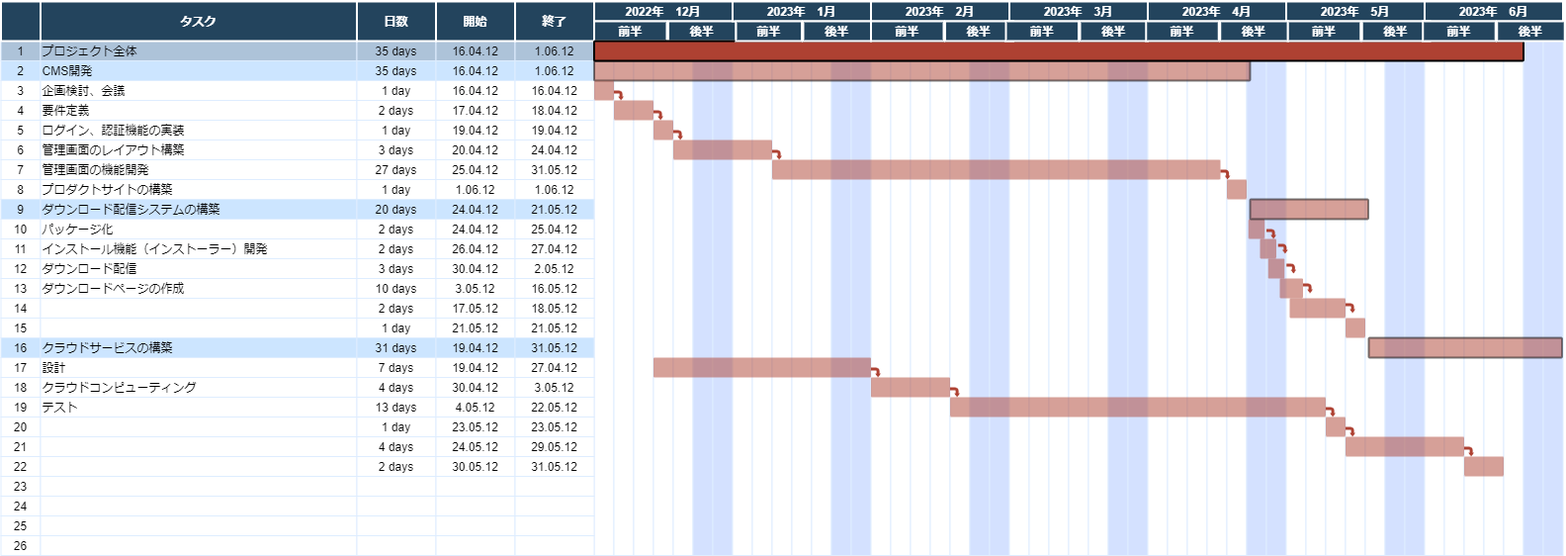
This is スケジュール.drawio.png from buyodo/webgis-doc, a draw.io export, as it was before one commit. Source tidied: cells renumbered, new cells last; positions are measured from the earlier drawing's top-left corner, leaving out a move shared by most shapes.
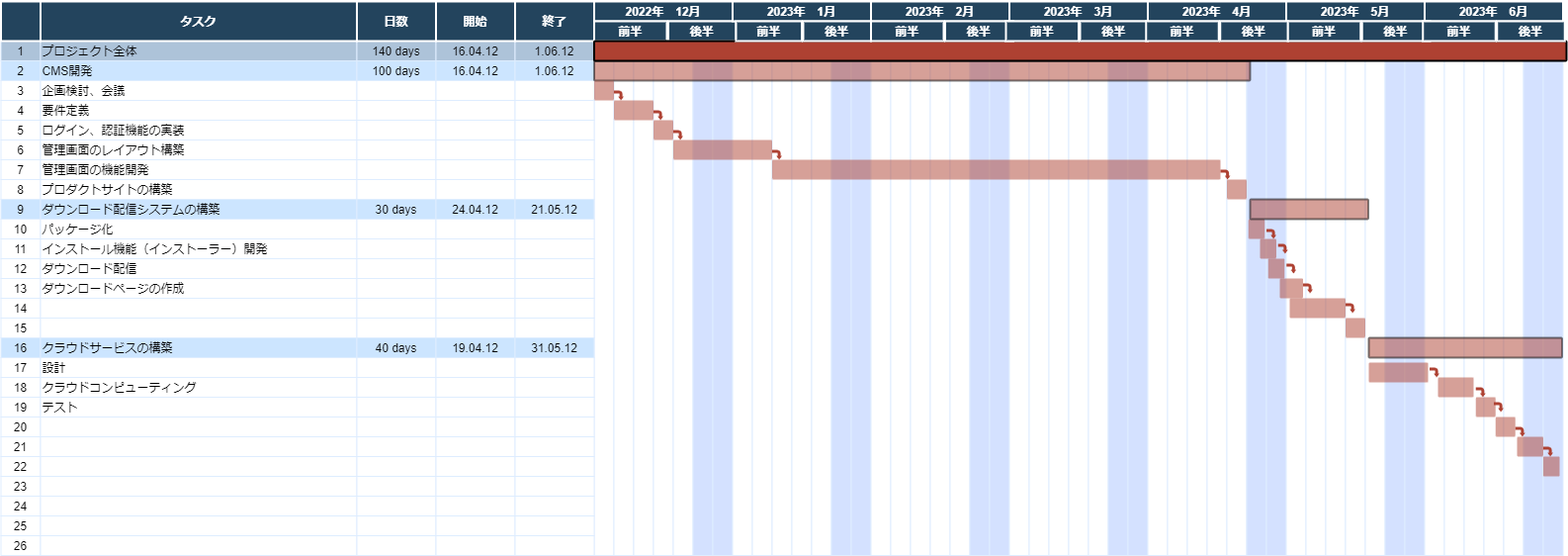
Above is the later version.

Commit message:
スケジュール.drawio.png を更新します

Diff of the diagram source:
```diff
@@ -10,3 +10,3 @@
     </mxCell>
-    <mxCell id="4" value="35 days" style="strokeColor=#DEEDFF;fillColor=#ADC3D9;" parent="1" vertex="1">
+    <mxCell id="4" value="140 days" style="strokeColor=#DEEDFF;fillColor=#ADC3D9;" parent="1" vertex="1">
       <mxGeometry x="360.5" y="40" width="80" height="20" as="geometry" />
@@ -28,3 +28,3 @@
     </mxCell>
-    <mxCell id="10" value="35 days" style="strokeColor=#DEEDFF;fillColor=#CCE5FF;" parent="1" vertex="1">
+    <mxCell id="10" value="100 days" style="strokeColor=#DEEDFF;fillColor=#CCE5FF;" parent="1" vertex="1">
       <mxGeometry x="360.5" y="60" width="80" height="20" as="geometry" />
@@ -43,9 +43,9 @@
     </mxCell>
-    <mxCell id="15" value="1 day" style="strokeColor=#DEEDFF;" parent="1" vertex="1">
+    <mxCell id="15" style="strokeColor=#DEEDFF;" parent="1" vertex="1">
       <mxGeometry x="360.5" y="80" width="80" height="20" as="geometry" />
     </mxCell>
-    <mxCell id="16" value="16.04.12" style="strokeColor=#DEEDFF;" parent="1" vertex="1">
+    <mxCell id="16" style="strokeColor=#DEEDFF;" parent="1" vertex="1">
       <mxGeometry x="440.5" y="80" width="80" height="20" as="geometry" />
     </mxCell>
-    <mxCell id="17" value="16.04.12" style="strokeColor=#DEEDFF;" parent="1" vertex="1">
+    <mxCell id="17" style="strokeColor=#DEEDFF;" parent="1" vertex="1">
       <mxGeometry x="520.5" y="80" width="80" height="20" as="geometry" />
@@ -58,9 +58,9 @@
     </mxCell>
-    <mxCell id="20" value="2 days" style="strokeColor=#DEEDFF;" parent="1" vertex="1">
+    <mxCell id="20" style="strokeColor=#DEEDFF;" parent="1" vertex="1">
       <mxGeometry x="360.5" y="100" width="80" height="20" as="geometry" />
     </mxCell>
-    <mxCell id="21" value="17.04.12" style="strokeColor=#DEEDFF;" parent="1" vertex="1">
+    <mxCell id="21" style="strokeColor=#DEEDFF;" parent="1" vertex="1">
       <mxGeometry x="440.5" y="100" width="80" height="20" as="geometry" />
     </mxCell>
-    <mxCell id="22" value="18.04.12" style="strokeColor=#DEEDFF;" parent="1" vertex="1">
+    <mxCell id="22" style="strokeColor=#DEEDFF;" parent="1" vertex="1">
       <mxGeometry x="520.5" y="100" width="80" height="20" as="geometry" />
@@ -73,9 +73,9 @@
     </mxCell>
-    <mxCell id="25" value="1 day" style="strokeColor=#DEEDFF;" parent="1" vertex="1">
+    <mxCell id="25" style="strokeColor=#DEEDFF;" parent="1" vertex="1">
       <mxGeometry x="360.5" y="120" width="80" height="20" as="geometry" />
     </mxCell>
-    <mxCell id="26" value="19.04.12" style="strokeColor=#DEEDFF;" parent="1" vertex="1">
+    <mxCell id="26" style="strokeColor=#DEEDFF;" parent="1" vertex="1">
       <mxGeometry x="440.5" y="120" width="80" height="20" as="geometry" />
     </mxCell>
-    <mxCell id="27" value="19.04.12" style="strokeColor=#DEEDFF;" parent="1" vertex="1">
+    <mxCell id="27" style="strokeColor=#DEEDFF;" parent="1" vertex="1">
       <mxGeometry x="520.5" y="120" width="80" height="20" as="geometry" />
@@ -88,9 +88,9 @@
     </mxCell>
-    <mxCell id="30" value="3 days" style="strokeColor=#DEEDFF;" parent="1" vertex="1">
+    <mxCell id="30" style="strokeColor=#DEEDFF;" parent="1" vertex="1">
       <mxGeometry x="360.5" y="140" width="80" height="20" as="geometry" />
     </mxCell>
-    <mxCell id="31" value="20.04.12" style="strokeColor=#DEEDFF;" parent="1" vertex="1">
+    <mxCell id="31" style="strokeColor=#DEEDFF;" parent="1" vertex="1">
       <mxGeometry x="440.5" y="140" width="80" height="20" as="geometry" />
     </mxCell>
-    <mxCell id="32" value="24.04.12" style="strokeColor=#DEEDFF;" parent="1" vertex="1">
+    <mxCell id="32" style="strokeColor=#DEEDFF;" parent="1" vertex="1">
       <mxGeometry x="520.5" y="140" width="80" height="20" as="geometry" />
@@ -103,9 +103,9 @@
     </mxCell>
-    <mxCell id="35" value="27 days" style="strokeColor=#DEEDFF;" parent="1" vertex="1">
+    <mxCell id="35" style="strokeColor=#DEEDFF;" parent="1" vertex="1">
       <mxGeometry x="360.5" y="160" width="80" height="20" as="geometry" />
     </mxCell>
-    <mxCell id="36" value="25.04.12" style="strokeColor=#DEEDFF;" parent="1" vertex="1">
+    <mxCell id="36" style="strokeColor=#DEEDFF;" parent="1" vertex="1">
       <mxGeometry x="440.5" y="160" width="80" height="20" as="geometry" />
     </mxCell>
-    <mxCell id="37" value="31.05.12" style="strokeColor=#DEEDFF;" parent="1" vertex="1">
+    <mxCell id="37" style="strokeColor=#DEEDFF;" parent="1" vertex="1">
       <mxGeometry x="520.5" y="160" width="80" height="20" as="geometry" />
@@ -118,9 +118,9 @@
     </mxCell>
-    <mxCell id="40" value="1 day" style="strokeColor=#DEEDFF;" parent="1" vertex="1">
+    <mxCell id="40" style="strokeColor=#DEEDFF;" parent="1" vertex="1">
       <mxGeometry x="360.5" y="180" width="80" height="20" as="geometry" />
     </mxCell>
-    <mxCell id="41" value="1.06.12" style="strokeColor=#DEEDFF;" parent="1" vertex="1">
+    <mxCell id="41" style="strokeColor=#DEEDFF;" parent="1" vertex="1">
       <mxGeometry x="440.5" y="180" width="80" height="20" as="geometry" />
     </mxCell>
-    <mxCell id="42" value="1.06.12" style="strokeColor=#DEEDFF;" parent="1" vertex="1">
+    <mxCell id="42" style="strokeColor=#DEEDFF;" parent="1" vertex="1">
       <mxGeometry x="520.5" y="180" width="80" height="20" as="geometry" />
@@ -133,3 +133,3 @@
     </mxCell>
-    <mxCell id="45" value="20 days" style="strokeColor=#DEEDFF;fillColor=#CCE5FF;" parent="1" vertex="1">
+    <mxCell id="45" value="30 days" style="strokeColor=#DEEDFF;fillColor=#CCE5FF;" parent="1" vertex="1">
       <mxGeometry x="360.5" y="200" width="80" height="20" as="geometry" />
@@ -148,9 +148,9 @@
     </mxCell>
-    <mxCell id="50" value="2 days" style="strokeColor=#DEEDFF;" parent="1" vertex="1">
+    <mxCell id="50" style="strokeColor=#DEEDFF;" parent="1" vertex="1">
       <mxGeometry x="360.5" y="220" width="80" height="20" as="geometry" />
     </mxCell>
-    <mxCell id="51" value="24.04.12" style="strokeColor=#DEEDFF;" parent="1" vertex="1">
+    <mxCell id="51" style="strokeColor=#DEEDFF;" parent="1" vertex="1">
       <mxGeometry x="440.5" y="220" width="80" height="20" as="geometry" />
     </mxCell>
-    <mxCell id="52" value="25.04.12" style="strokeColor=#DEEDFF;" parent="1" vertex="1">
+    <mxCell id="52" style="strokeColor=#DEEDFF;" parent="1" vertex="1">
       <mxGeometry x="520.5" y="220" width="80" height="20" as="geometry" />
@@ -163,9 +163,9 @@
     </mxCell>
-    <mxCell id="55" value="2 days" style="strokeColor=#DEEDFF;" parent="1" vertex="1">
+    <mxCell id="55" style="strokeColor=#DEEDFF;" parent="1" vertex="1">
       <mxGeometry x="360.5" y="240" width="80" height="20" as="geometry" />
     </mxCell>
-    <mxCell id="56" value="26.04.12" style="strokeColor=#DEEDFF;" parent="1" vertex="1">
+    <mxCell id="56" style="strokeColor=#DEEDFF;" parent="1" vertex="1">
       <mxGeometry x="440.5" y="240" width="80" height="20" as="geometry" />
     </mxCell>
-    <mxCell id="57" value="27.04.12" style="strokeColor=#DEEDFF;" parent="1" vertex="1">
+    <mxCell id="57" style="strokeColor=#DEEDFF;" parent="1" vertex="1">
       <mxGeometry x="520.5" y="240" width="80" height="20" as="geometry" />
@@ -178,9 +178,9 @@
     </mxCell>
-    <mxCell id="60" value="3 days" style="strokeColor=#DEEDFF;" parent="1" vertex="1">
+    <mxCell id="60" style="strokeColor=#DEEDFF;" parent="1" vertex="1">
       <mxGeometry x="360.5" y="260" width="80" height="20" as="geometry" />
     </mxCell>
-    <mxCell id="61" value="30.04.12" style="strokeColor=#DEEDFF;" parent="1" vertex="1">
+    <mxCell id="61" style="strokeColor=#DEEDFF;" parent="1" vertex="1">
       <mxGeometry x="440.5" y="260" width="80" height="20" as="geometry" />
     </mxCell>
-    <mxCell id="62" value="2.05.12" style="strokeColor=#DEEDFF;" parent="1" vertex="1">
+    <mxCell id="62" style="strokeColor=#DEEDFF;" parent="1" vertex="1">
       <mxGeometry x="520.5" y="260" width="80" height="20" as="geometry" />
@@ -193,9 +193,9 @@
     </mxCell>
-    <mxCell id="65" value="10 days" style="strokeColor=#DEEDFF;" parent="1" vertex="1">
+    <mxCell id="65" style="strokeColor=#DEEDFF;" parent="1" vertex="1">
       <mxGeometry x="360.5" y="280" width="80" height="20" as="geometry" />
     </mxCell>
-    <mxCell id="66" value="3.05.12" style="strokeColor=#DEEDFF;" parent="1" vertex="1">
+    <mxCell id="66" style="strokeColor=#DEEDFF;" parent="1" vertex="1">
       <mxGeometry x="440.5" y="280" width="80" height="20" as="geometry" />
     </mxCell>
-    <mxCell id="67" value="16.05.12" style="strokeColor=#DEEDFF;" parent="1" vertex="1">
+    <mxCell id="67" style="strokeColor=#DEEDFF;" parent="1" vertex="1">
       <mxGeometry x="520.5" y="280" width="80" height="20" as="geometry" />
@@ -208,9 +208,9 @@
     </mxCell>
-    <mxCell id="70" value="2 days" style="strokeColor=#DEEDFF;" parent="1" vertex="1">
+    <mxCell id="70" style="strokeColor=#DEEDFF;" parent="1" vertex="1">
       <mxGeometry x="360.5" y="300" width="80" height="20" as="geometry" />
     </mxCell>
-    <mxCell id="71" value="17.05.12" style="strokeColor=#DEEDFF;" parent="1" vertex="1">
+    <mxCell id="71" style="strokeColor=#DEEDFF;" parent="1" vertex="1">
       <mxGeometry x="440.5" y="300" width="80" height="20" as="geometry" />
     </mxCell>
-    <mxCell id="72" value="18.05.12" style="strokeColor=#DEEDFF;" parent="1" vertex="1">
+    <mxCell id="72" style="strokeColor=#DEEDFF;" parent="1" vertex="1">
       <mxGeometry x="520.5" y="300" width="80" height="20" as="geometry" />
@@ -223,9 +223,9 @@
     </mxCell>
-    <mxCell id="75" value="1 day" style="strokeColor=#DEEDFF;fillColor=#FFFFFF;" parent="1" vertex="1">
+    <mxCell id="75" style="strokeColor=#DEEDFF;fillColor=#FFFFFF;" parent="1" vertex="1">
       <mxGeometry x="360.5" y="320" width="80" height="20" as="geometry" />
     </mxCell>
-    <mxCell id="76" value="21.05.12" style="strokeColor=#DEEDFF;fillColor=#FFFFFF;" parent="1" vertex="1">
+    <mxCell id="76" style="strokeColor=#DEEDFF;fillColor=#FFFFFF;" parent="1" vertex="1">
       <mxGeometry x="440.5" y="320" width="80" height="20" as="geometry" />
     </mxCell>
-    <mxCell id="77" value="21.05.12" style="strokeColor=#DEEDFF;fillColor=#FFFFFF;" parent="1" vertex="1">
+    <mxCell id="77" style="strokeColor=#DEEDFF;fillColor=#FFFFFF;" parent="1" vertex="1">
       <mxGeometry x="520.5" y="320" width="80" height="20" as="geometry" />
@@ -238,3 +238,3 @@
     </mxCell>
-    <mxCell id="80" value="31 days" style="strokeColor=#DEEDFF;fillColor=#CCE5FF;" parent="1" vertex="1">
+    <mxCell id="80" value="40 days" style="strokeColor=#DEEDFF;fillColor=#CCE5FF;" parent="1" vertex="1">
       <mxGeometry x="360.5" y="340" width="80" height="20" as="geometry" />
@@ -253,9 +253,9 @@
     </mxCell>
-    <mxCell id="85" value="7 days" style="strokeColor=#DEEDFF;" parent="1" vertex="1">
+    <mxCell id="85" style="strokeColor=#DEEDFF;" parent="1" vertex="1">
       <mxGeometry x="360.5" y="360" width="80" height="20" as="geometry" />
     </mxCell>
-    <mxCell id="86" value="19.04.12" style="strokeColor=#DEEDFF;" parent="1" vertex="1">
+    <mxCell id="86" style="strokeColor=#DEEDFF;" parent="1" vertex="1">
       <mxGeometry x="440.5" y="360" width="80" height="20" as="geometry" />
     </mxCell>
-    <mxCell id="87" value="27.04.12" style="strokeColor=#DEEDFF;" parent="1" vertex="1">
+    <mxCell id="87" style="strokeColor=#DEEDFF;" parent="1" vertex="1">
       <mxGeometry x="520.5" y="360" width="80" height="20" as="geometry" />
@@ -268,9 +268,9 @@
     </mxCell>
-    <mxCell id="90" value="4 days" style="strokeColor=#DEEDFF;" parent="1" vertex="1">
+    <mxCell id="90" style="strokeColor=#DEEDFF;" parent="1" vertex="1">
       <mxGeometry x="360.5" y="380" width="80" height="20" as="geometry" />
     </mxCell>
-    <mxCell id="91" value="30.04.12" style="strokeColor=#DEEDFF;" parent="1" vertex="1">
+    <mxCell id="91" style="strokeColor=#DEEDFF;" parent="1" vertex="1">
       <mxGeometry x="440.5" y="380" width="80" height="20" as="geometry" />
     </mxCell>
-    <mxCell id="92" value="3.05.12" style="strokeColor=#DEEDFF;" parent="1" vertex="1">
+    <mxCell id="92" style="strokeColor=#DEEDFF;" parent="1" vertex="1">
       <mxGeometry x="520.5" y="380" width="80" height="20" as="geometry" />
@@ -283,9 +283,9 @@
     </mxCell>
-    <mxCell id="95" value="13 days" style="strokeColor=#DEEDFF;" parent="1" vertex="1">
+    <mxCell id="95" style="strokeColor=#DEEDFF;" parent="1" vertex="1">
       <mxGeometry x="360.5" y="400" width="80" height="20" as="geometry" />
     </mxCell>
-    <mxCell id="96" value="4.05.12" style="strokeColor=#DEEDFF;" parent="1" vertex="1">
+    <mxCell id="96" style="strokeColor=#DEEDFF;" parent="1" vertex="1">
       <mxGeometry x="440.5" y="400" width="80" height="20" as="geometry" />
     </mxCell>
-    <mxCell id="97" value="22.05.12" style="strokeColor=#DEEDFF;" parent="1" vertex="1">
+    <mxCell id="97" style="strokeColor=#DEEDFF;" parent="1" vertex="1">
       <mxGeometry x="520.5" y="400" width="80" height="20" as="geometry" />
@@ -298,9 +298,9 @@
     </mxCell>
-    <mxCell id="100" value="1 day" style="strokeColor=#DEEDFF;" parent="1" vertex="1">
+    <mxCell id="100" style="strokeColor=#DEEDFF;" parent="1" vertex="1">
       <mxGeometry x="360.5" y="420" width="80" height="20" as="geometry" />
     </mxCell>
-    <mxCell id="101" value="23.05.12" style="strokeColor=#DEEDFF;" parent="1" vertex="1">
+    <mxCell id="101" style="strokeColor=#DEEDFF;" parent="1" vertex="1">
       <mxGeometry x="440.5" y="420" width="80" height="20" as="geometry" />
     </mxCell>
-    <mxCell id="102" value="23.05.12" style="strokeColor=#DEEDFF;" parent="1" vertex="1">
+    <mxCell id="102" style="strokeColor=#DEEDFF;" parent="1" vertex="1">
       <mxGeometry x="520.5" y="420" width="80" height="20" as="geometry" />
@@ -313,9 +313,9 @@
     </mxCell>
-    <mxCell id="105" value="4 days" style="strokeColor=#DEEDFF;" parent="1" vertex="1">
+    <mxCell id="105" style="strokeColor=#DEEDFF;" parent="1" vertex="1">
       <mxGeometry x="360.5" y="440" width="80" height="20" as="geometry" />
     </mxCell>
-    <mxCell id="106" value="24.05.12" style="strokeColor=#DEEDFF;" parent="1" vertex="1">
+    <mxCell id="106" style="strokeColor=#DEEDFF;" parent="1" vertex="1">
       <mxGeometry x="440.5" y="440" width="80" height="20" as="geometry" />
     </mxCell>
-    <mxCell id="107" value="29.05.12" style="strokeColor=#DEEDFF;" parent="1" vertex="1">
+    <mxCell id="107" style="strokeColor=#DEEDFF;" parent="1" vertex="1">
       <mxGeometry x="520.5" y="440" width="80" height="20" as="geometry" />
@@ -328,9 +328,9 @@
     </mxCell>
-    <mxCell id="110" value="2 days" style="strokeColor=#DEEDFF;" parent="1" vertex="1">
+    <mxCell id="110" style="strokeColor=#DEEDFF;" parent="1" vertex="1">
       <mxGeometry x="360.5" y="460" width="80" height="20" as="geometry" />
     </mxCell>
-    <mxCell id="111" value="30.05.12" style="strokeColor=#DEEDFF;" parent="1" vertex="1">
+    <mxCell id="111" style="strokeColor=#DEEDFF;" parent="1" vertex="1">
       <mxGeometry x="440.5" y="460" width="80" height="20" as="geometry" />
     </mxCell>
-    <mxCell id="112" value="31.05.12" style="strokeColor=#DEEDFF;" parent="1" vertex="1">
+    <mxCell id="112" style="strokeColor=#DEEDFF;" parent="1" vertex="1">
       <mxGeometry x="520.5" y="460" width="80" height="20" as="geometry" />
@@ -625,3 +625,3 @@
     <mxCell id="208" style="shape=mxgraph.flowchart.process;fillColor=#AE4132;strokeColor=#000000;strokeWidth=2;opacity=100;" parent="1" vertex="1">
-      <mxGeometry x="600.5" y="40" width="940" height="20" as="geometry" />
+      <mxGeometry x="600.5" y="40" width="983.5" height="20" as="geometry" />
     </mxCell>
@@ -649,18 +649,18 @@
     <mxCell id="216" style="shape=mxgraph.flowchart.process;fillColor=#AE4132;strokeColor=none;strokeWidth=2;opacity=50;" parent="1" vertex="1">
-      <mxGeometry x="660.5" y="360" width="220" height="20" as="geometry" />
+      <mxGeometry x="1384" y="365" width="60" height="20" as="geometry" />
     </mxCell>
     <mxCell id="217" style="shape=mxgraph.flowchart.process;fillColor=#AE4132;strokeColor=none;strokeWidth=2;opacity=50;" parent="1" vertex="1">
-      <mxGeometry x="880.5" y="380" width="80" height="20" as="geometry" />
+      <mxGeometry x="1454" y="380" width="36" height="20" as="geometry" />
     </mxCell>
     <mxCell id="218" style="shape=mxgraph.flowchart.process;fillColor=#AE4132;strokeColor=none;strokeWidth=2;opacity=50;" parent="1" vertex="1">
-      <mxGeometry x="960.5" y="400" width="380" height="20" as="geometry" />
+      <mxGeometry x="1492.2" y="400" width="20" height="20" as="geometry" />
     </mxCell>
     <mxCell id="219" style="shape=mxgraph.flowchart.process;fillColor=#AE4132;strokeColor=none;strokeWidth=2;opacity=50;" parent="1" vertex="1">
-      <mxGeometry x="1340.5" y="420" width="20" height="20" as="geometry" />
+      <mxGeometry x="1512.3" y="420" width="20" height="20" as="geometry" />
     </mxCell>
     <mxCell id="220" style="shape=mxgraph.flowchart.process;fillColor=#AE4132;strokeColor=none;strokeWidth=2;opacity=50;" parent="1" vertex="1">
-      <mxGeometry x="1360.5" y="440" width="120" height="20" as="geometry" />
+      <mxGeometry x="1534" y="440" width="26.5" height="20" as="geometry" />
     </mxCell>
     <mxCell id="221" style="shape=mxgraph.flowchart.process;fillColor=#AE4132;strokeColor=none;strokeWidth=2;opacity=50;" parent="1" vertex="1">
-      <mxGeometry x="1480.5" y="460" width="40" height="20" as="geometry" />
+      <mxGeometry x="1560.5" y="460" width="16.5" height="20" as="geometry" />
     </mxCell>
@@ -685,15 +685,15 @@
     <mxCell id="228" style="shape=mxgraph.arrows.bent_right_arrow;fillColor=#AE4132;strokeColor=none;strokeWidth=2;direction=south;" parent="1" vertex="1">
-      <mxGeometry x="880.5" y="370" width="10" height="10" as="geometry" />
+      <mxGeometry x="1445.5" y="370" width="10" height="10" as="geometry" />
     </mxCell>
     <mxCell id="229" style="shape=mxgraph.arrows.bent_right_arrow;fillColor=#AE4132;strokeColor=none;strokeWidth=2;direction=south;" parent="1" vertex="1">
-      <mxGeometry x="960.5" y="390" width="10" height="10" as="geometry" />
+      <mxGeometry x="1492.3" y="390" width="10" height="10" as="geometry" />
     </mxCell>
     <mxCell id="230" style="shape=mxgraph.arrows.bent_right_arrow;fillColor=#AE4132;strokeColor=none;strokeWidth=2;direction=south;" parent="1" vertex="1">
-      <mxGeometry x="1340.5" y="410" width="10" height="10" as="geometry" />
+      <mxGeometry x="1510.5" y="405" width="10" height="10" as="geometry" />
     </mxCell>
     <mxCell id="231" style="shape=mxgraph.arrows.bent_right_arrow;fillColor=#AE4132;strokeColor=none;strokeWidth=2;direction=south;" parent="1" vertex="1">
-      <mxGeometry x="1360.5" y="430" width="10" height="10" as="geometry" />
+      <mxGeometry x="1532.2" y="430" width="10" height="10" as="geometry" />
     </mxCell>
     <mxCell id="232" style="shape=mxgraph.arrows.bent_right_arrow;fillColor=#AE4132;strokeColor=none;strokeWidth=2;direction=south;" parent="1" vertex="1">
-      <mxGeometry x="1480.5" y="450" width="10" height="10" as="geometry" />
+      <mxGeometry x="1560.5" y="450" width="10" height="10" as="geometry" />
     </mxCell>
```
